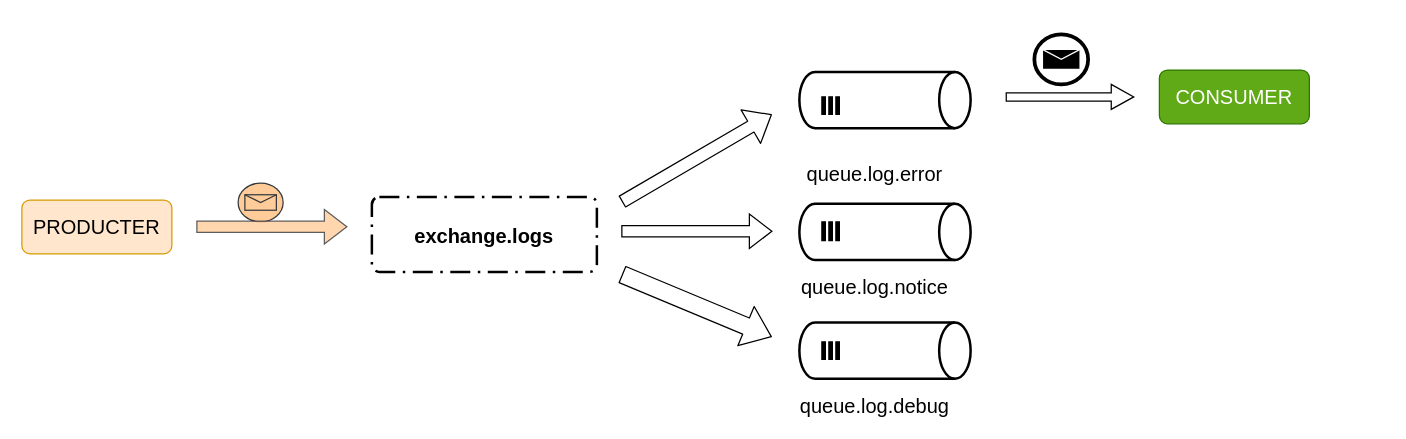
dendi875/draw keeps this draw.io diagram as RabbitMQ.drawio. Above is the earlier version. Source tidied: cells renumbered, new cells numbered last; positions are measured from the earlier drawing's top-left corner, leaving out a move shared by most shapes. Both pictures are drawn from the tidied source at 125%, with x=0, y=0 at pixel (21, 34).
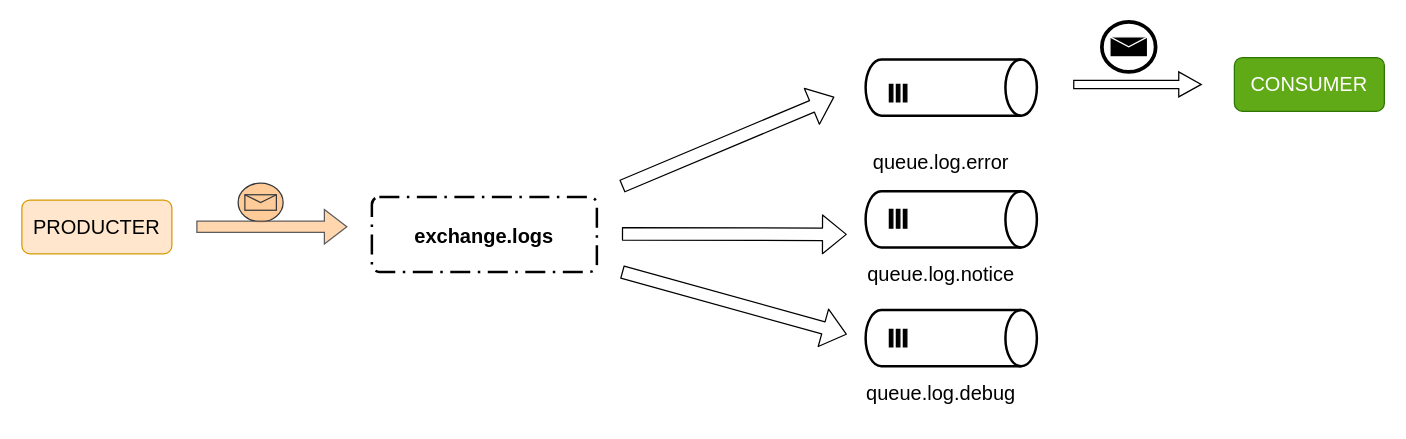
The same diagram, later.

Diff of the diagram source:
```diff
@@
     <mxCell id="4" style="strokeWidth=2;html=1;shape=mxgraph.flowchart.direct_data;whiteSpace=wrap;fontSize=16;align=center;" parent="1" vertex="1">
-      <mxGeometry x="622" y="30" width="137" height="45" as="geometry" />
+      <mxGeometry x="675" y="20" width="137" height="45" as="geometry" />
     </mxCell>
     <mxCell id="5" value="queue.log.error&lt;br&gt;" style="text;html=1;align=center;verticalAlign=middle;fontSize=16;" parent="1" vertex="1">
-      <mxGeometry x="622" y="101.5" width="120" height="20" as="geometry" />
+      <mxGeometry x="675" y="91.5" width="120" height="20" as="geometry" />
     </mxCell>
     <mxCell id="6" style="strokeWidth=2;html=1;shape=mxgraph.flowchart.direct_data;whiteSpace=wrap;fontSize=16;align=center;" parent="1" vertex="1">
-      <mxGeometry x="622" y="135.5" width="137" height="45" as="geometry" />
+      <mxGeometry x="675" y="125.5" width="137" height="45" as="geometry" />
     </mxCell>
     <mxCell id="7" style="shape=parallelMarker;html=1;fontSize=16;align=center;" parent="1" vertex="1">
-      <mxGeometry x="640" y="150" width="14" height="15" as="geometry" />
+      <mxGeometry x="694" y="140" width="14" height="15" as="geometry" />
     </mxCell>
     <mxCell id="8" value="queue.log.notice" style="text;html=1;align=center;verticalAlign=middle;fontSize=16;" parent="1" vertex="1">
-      <mxGeometry x="617" y="191.5" width="130" height="20" as="geometry" />
+      <mxGeometry x="670" y="181.5" width="130" height="20" as="geometry" />
     </mxCell>
     <mxCell id="9" style="strokeWidth=2;html=1;shape=mxgraph.flowchart.direct_data;whiteSpace=wrap;fontSize=16;align=center;" parent="1" vertex="1">
-      <mxGeometry x="622" y="230.5" width="137" height="45" as="geometry" />
+      <mxGeometry x="675" y="220.5" width="137" height="45" as="geometry" />
     </mxCell>
     <mxCell id="10" style="shape=parallelMarker;html=1;fontSize=16;align=center;" parent="1" vertex="1">
-      <mxGeometry x="640" y="246" width="14" height="14" as="geometry" />
+      <mxGeometry x="694" y="236" width="14" height="14" as="geometry" />
     </mxCell>
     <mxCell id="11" value="queue.log.debug" style="text;html=1;align=center;verticalAlign=middle;fontSize=16;" parent="1" vertex="1">
-      <mxGeometry x="617" y="286.5" width="130" height="20" as="geometry" />
+      <mxGeometry x="670" y="276.5" width="130" height="20" as="geometry" />
     </mxCell>
     <mxCell id="12" style="shape=parallelMarker;html=1;fontSize=16;align=center;" parent="1" vertex="1">
-      <mxGeometry x="640" y="50" width="14" height="14" as="geometry" />
+      <mxGeometry x="694" y="40" width="14" height="14" as="geometry" />
     </mxCell>
-    <mxCell id="13" style="html=1;shadow=0;dashed=0;align=center;verticalAlign=middle;shape=mxgraph.arrows2.sharpArrow2;dy1=0.67;dx1=18;dx2=18;dy3=0;dx3=18;notch=0;fontSize=16;" parent="1" vertex="1">
-      <mxGeometry x="480" y="143.8" width="120" height="27.5" as="geometry" />
-    </mxCell>
     <mxCell id="14" style="shape=flexArrow;endArrow=classic;html=1;fontSize=16;" parent="1" edge="1">
       <mxGeometry relative="1" as="geometry">
-        <mxPoint x="480" y="134" as="sourcePoint" />
-        <mxPoint x="600" y="64" as="targetPoint" />
+        <mxPoint x="480" y="121.5" as="sourcePoint" />
+        <mxPoint x="650" y="50" as="targetPoint" />
       </mxGeometry>
     </mxCell>
-    <mxCell id="15" style="shape=flexArrow;endArrow=classic;html=1;fontSize=16;width=14;endSize=6.97;endWidth=19;" parent="1" edge="1">
-      <mxGeometry relative="1" as="geometry">
-        <mxPoint x="480" y="192" as="sourcePoint" />
-        <mxPoint x="600" y="242" as="targetPoint" />
-      </mxGeometry>
-    </mxCell>
     <mxCell id="16" style="shape=mxgraph.bpmn.shape;html=1;verticalLabelPosition=bottom;labelBackgroundColor=#ffffff;verticalAlign=top;align=center;perimeter=ellipsePerimeter;outline=end;symbol=message;fontSize=16;" parent="1" vertex="1">
-      <mxGeometry x="810" width="43" height="40" as="geometry" />
+      <mxGeometry x="864" y="-10" width="43" height="40" as="geometry" />
     </mxCell>
@@
     <mxCell id="19" value="CONSUMER" style="rounded=1;whiteSpace=wrap;html=1;fontSize=16;align=center;fillColor=#60a917;strokeColor=#2D7600;fontColor=#ffffff;" parent="1" vertex="1">
-      <mxGeometry x="910" y="28.5" width="120" height="43" as="geometry" />
+      <mxGeometry x="970" y="18.5" width="120" height="43" as="geometry" />
     </mxCell>
     <mxCell id="20" style="html=1;shadow=0;dashed=0;align=center;verticalAlign=middle;shape=mxgraph.arrows2.sharpArrow2;dy1=0.67;dx1=18;dx2=18;dy3=0;dx3=18;notch=0;fontSize=16;" parent="1" vertex="1">
-      <mxGeometry x="787.5" y="40" width="102" height="20" as="geometry" />
+      <mxGeometry x="841.5" y="30" width="102" height="20" as="geometry" />
     </mxCell>
+    <mxCell id="21" style="shape=flexArrow;endArrow=classic;html=1;fontSize=16;" parent="1" edge="1">
+      <mxGeometry relative="1" as="geometry">
+        <mxPoint x="480" y="159.5" as="sourcePoint" />
+        <mxPoint x="660" y="160" as="targetPoint" />
+      </mxGeometry>
+    </mxCell>
+    <mxCell id="22" style="shape=flexArrow;endArrow=classic;html=1;fontSize=16;" parent="1" edge="1">
+      <mxGeometry relative="1" as="geometry">
+        <mxPoint x="480" y="190" as="sourcePoint" />
+        <mxPoint x="660" y="240" as="targetPoint" />
+      </mxGeometry>
+    </mxCell>
```
